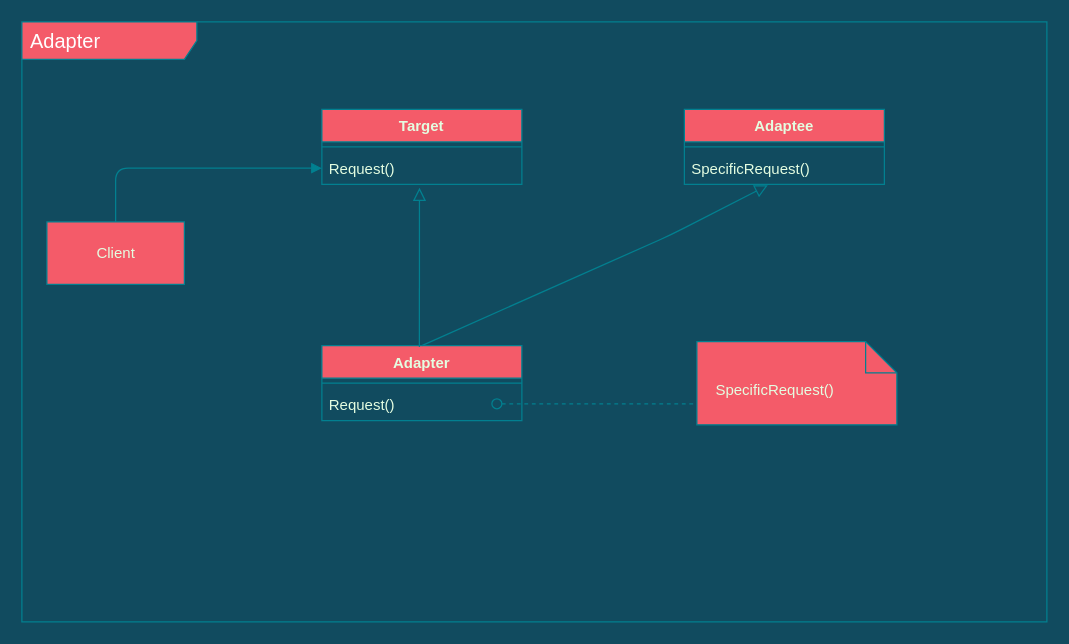
This is rhca.drawio from fanyixuanf/rhca, a draw.io file, before an edit. Source tidied: cells renumbered, new cells numbered last; positions are measured from the earlier drawing's top-left corner, leaving out a move shared by most shapes. Both pictures are drawn from the tidied source at 125%, with x=0, y=0 at pixel (21, 21).
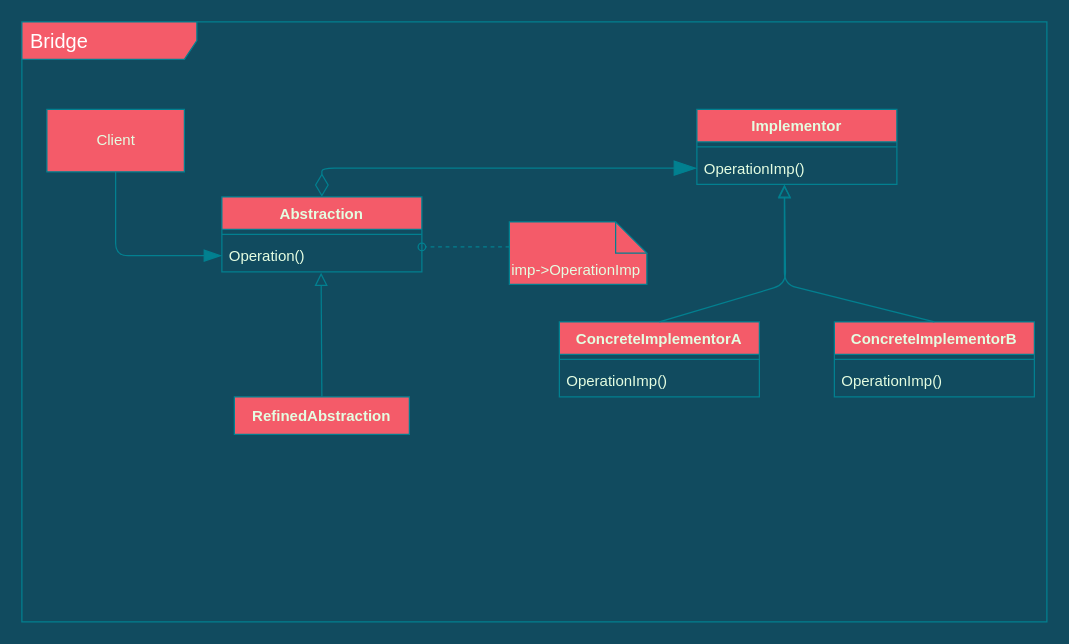
The same page after the edit.

What changed in the source:
```diff
@@
-    <mxCell id="2" value="&lt;span style=&quot;font-size: 16px&quot;&gt;&lt;font color=&quot;#ffffff&quot;&gt;Adapter&lt;/font&gt;&lt;/span&gt;" style="shape=umlFrame;whiteSpace=wrap;html=1;width=140;height=30;boundedLbl=1;verticalAlign=middle;align=left;spacingLeft=5;fillColor=#F45B69;strokeColor=#028090;fontColor=#E4FDE1;" parent="1" vertex="1">
+    <mxCell id="2" value="&lt;font color=&quot;#ffffff&quot;&gt;&lt;span style=&quot;font-size: 16px&quot;&gt;Bridge&lt;/span&gt;&lt;/font&gt;" style="shape=umlFrame;whiteSpace=wrap;html=1;width=140;height=30;boundedLbl=1;verticalAlign=middle;align=left;spacingLeft=5;fillColor=#F45B69;strokeColor=#028090;fontColor=#E4FDE1;" parent="1" vertex="1">
       <mxGeometry width="820" height="480" as="geometry" />
     </mxCell>
-    <mxCell id="3" value="&amp;nbsp; &amp;nbsp; SpecificRequest()" style="shape=note2;boundedLbl=1;whiteSpace=wrap;html=1;size=25;verticalAlign=top;align=left;rounded=0;sketch=0;fontColor=#E4FDE1;strokeColor=#028090;fillColor=#F45B69;" parent="1" vertex="1">
-      <mxGeometry x="540" y="255.8" width="160" height="66.5" as="geometry" />
-    </mxCell>
-    <mxCell id="4" value="Adapter" style="swimlane;fontStyle=1;align=center;verticalAlign=top;horizontal=1;startSize=26;fillColor=#F45B69;strokeColor=#028090;fontColor=#E4FDE1;" parent="1" vertex="1">
-      <mxGeometry x="240" y="259" width="160" height="60" as="geometry" />
+    <mxCell id="4" value="ConcreteImplementorA" style="swimlane;fontStyle=1;align=center;verticalAlign=top;horizontal=1;startSize=26;fillColor=#F45B69;strokeColor=#028090;fontColor=#E4FDE1;" parent="1" vertex="1">
+      <mxGeometry x="430" y="240" width="160" height="60" as="geometry" />
     </mxCell>
@@
-    <mxCell id="6" style="endArrow=none;startArrow=oval;endFill=0;startFill=0;html=1;verticalAlign=bottom;labelBackgroundColor=none;strokeWidth=1;startSize=8;endSize=8;rounded=1;sketch=0;fontColor=#E4FDE1;fillColor=#F45B69;curved=0;dashed=1;strokeColor=#028090;" parent="4" edge="1">
-      <mxGeometry relative="1" as="geometry">
-        <mxPoint x="140" y="46.5" as="sourcePoint" />
-        <mxPoint x="300" y="46.5" as="targetPoint" />
-      </mxGeometry>
-    </mxCell>
-    <mxCell id="7" value="Request()" style="text;strokeColor=none;fillColor=none;align=left;verticalAlign=top;spacingLeft=4;spacingRight=4;overflow=hidden;fontColor=#E4FDE1;" parent="4" vertex="1">
+    <mxCell id="7" value="OperationImp()" style="text;strokeColor=none;fillColor=none;align=left;verticalAlign=top;spacingLeft=4;spacingRight=4;overflow=hidden;fontColor=#E4FDE1;" parent="4" vertex="1">
       <mxGeometry y="34" width="160" height="26" as="geometry" />
     </mxCell>
-    <mxCell id="8" value="Adaptee" style="swimlane;fontStyle=1;align=center;verticalAlign=top;horizontal=1;startSize=26;fillColor=#F45B69;strokeColor=#028090;fontColor=#E4FDE1;" parent="1" vertex="1">
-      <mxGeometry x="530" y="70" width="160" height="60" as="geometry" />
-    </mxCell>
-    <mxCell id="9" style="line;strokeWidth=1;fillColor=none;align=left;verticalAlign=middle;spacingTop=-1;spacingLeft=3;spacingRight=3;labelPosition=right;strokeColor=#028090;fontColor=#E4FDE1;labelBackgroundColor=#114B5F;" parent="8" vertex="1">
-      <mxGeometry y="26" width="160" height="8" as="geometry" />
-    </mxCell>
-    <mxCell id="10" value="SpecificRequest()" style="text;strokeColor=none;fillColor=none;align=left;verticalAlign=top;spacingLeft=4;spacingRight=4;overflow=hidden;points=[[0,0.5],[1,0.5]];portConstraint=eastwest;fontColor=#E4FDE1;" parent="8" vertex="1">
-      <mxGeometry y="34" width="160" height="26" as="geometry" />
-    </mxCell>
-    <mxCell id="11" value="Target" style="swimlane;fontStyle=1;align=center;verticalAlign=top;horizontal=1;startSize=26;fillColor=#F45B69;strokeColor=#028090;fontColor=#E4FDE1;" parent="1" vertex="1">
-      <mxGeometry x="240" y="70" width="160" height="60" as="geometry" />
+    <mxCell id="11" value="Implementor" style="swimlane;fontStyle=1;align=center;verticalAlign=top;horizontal=1;startSize=26;fillColor=#F45B69;strokeColor=#028090;fontColor=#E4FDE1;" parent="1" vertex="1">
+      <mxGeometry x="540" y="70" width="160" height="60" as="geometry" />
     </mxCell>
@@
-    <mxCell id="13" value="Request()" style="text;strokeColor=none;fillColor=none;align=left;verticalAlign=top;spacingLeft=4;spacingRight=4;overflow=hidden;points=[[0,0.5],[1,0.5]];portConstraint=eastwest;fontColor=#E4FDE1;" parent="11" vertex="1">
+    <mxCell id="13" value="OperationImp()" style="text;strokeColor=none;fillColor=none;align=left;verticalAlign=top;spacingLeft=4;spacingRight=4;overflow=hidden;points=[[0,0.5],[1,0.5]];portConstraint=eastwest;fontColor=#E4FDE1;" parent="11" vertex="1">
       <mxGeometry y="34" width="160" height="26" as="geometry" />
     </mxCell>
     <mxCell id="14" value="Client" style="html=1;fillColor=#F45B69;strokeColor=#028090;fontColor=#E4FDE1;" parent="1" vertex="1">
-      <mxGeometry x="20" y="160" width="110" height="50" as="geometry" />
+      <mxGeometry x="20" y="70" width="110" height="50" as="geometry" />
     </mxCell>
-    <mxCell id="15" style="html=1;verticalAlign=bottom;labelBackgroundColor=none;endArrow=block;endFill=1;rounded=1;sketch=0;fontColor=#E4FDE1;strokeColor=#028090;fillColor=#F45B69;curved=0;exitX=0.5;exitY=0;exitDx=0;exitDy=0;entryX=0;entryY=0.5;entryDx=0;entryDy=0;" parent="1" edge="1" source="14" target="13">
-      <mxGeometry relative="1" as="geometry">
-        <Array as="points">
-          <mxPoint x="75" y="117" />
-        </Array>
-      </mxGeometry>
-    </mxCell>
-    <mxCell id="16" style="endArrow=block;startArrow=none;endFill=0;startFill=0;endSize=8;html=1;verticalAlign=bottom;labelBackgroundColor=none;rounded=1;sketch=0;fontColor=#E4FDE1;strokeColor=#028090;fillColor=#F45B69;curved=0;entryX=0.488;entryY=1.103;entryDx=0;entryDy=0;entryPerimeter=0;" parent="1" edge="1" target="13">
-      <mxGeometry relative="1" as="geometry">
-        <mxPoint x="318" y="260" as="sourcePoint" />
-      </mxGeometry>
-    </mxCell>
-    <mxCell id="17" style="endArrow=block;startArrow=none;endFill=0;startFill=0;endSize=8;html=1;verticalAlign=bottom;labelBackgroundColor=none;rounded=1;sketch=0;fontColor=#E4FDE1;strokeColor=#028090;fillColor=#F45B69;curved=0;entryX=0.417;entryY=1.026;entryDx=0;entryDy=0;entryPerimeter=0;exitX=0.5;exitY=0;exitDx=0;exitDy=0;" parent="1" edge="1" source="4" target="10">
-      <mxGeometry relative="1" as="geometry">
-        <Array as="points">
-          <mxPoint x="520" y="170" />
-        </Array>
-      </mxGeometry>
+    <mxCell id="17" value="ConcreteImplementorB" style="swimlane;fontStyle=1;align=center;verticalAlign=top;horizontal=1;startSize=26;fillColor=#F45B69;strokeColor=#028090;fontColor=#E4FDE1;" parent="1" vertex="1">
+      <mxGeometry x="650" y="240" width="160" height="60" as="geometry" />
     </mxCell>
+    <mxCell id="18" style="line;strokeWidth=1;fillColor=none;align=left;verticalAlign=middle;spacingTop=-1;spacingLeft=3;spacingRight=3;labelPosition=right;strokeColor=#028090;fontColor=#E4FDE1;labelBackgroundColor=#114B5F;" parent="17" vertex="1">
+      <mxGeometry y="26" width="160" height="8" as="geometry" />
+    </mxCell>
+    <mxCell id="19" value="OperationImp()" style="text;strokeColor=none;fillColor=none;align=left;verticalAlign=top;spacingLeft=4;spacingRight=4;overflow=hidden;fontColor=#E4FDE1;" parent="17" vertex="1">
+      <mxGeometry y="34" width="160" height="26" as="geometry" />
+    </mxCell>
+    <mxCell id="20" value="Abstraction" style="swimlane;fontStyle=1;align=center;verticalAlign=top;horizontal=1;startSize=26;fillColor=#F45B69;strokeColor=#028090;fontColor=#E4FDE1;" parent="1" vertex="1">
+      <mxGeometry x="160" y="140" width="160" height="60" as="geometry" />
+    </mxCell>
+    <mxCell id="21" style="line;strokeWidth=1;fillColor=none;align=left;verticalAlign=middle;spacingTop=-1;spacingLeft=3;spacingRight=3;labelPosition=right;strokeColor=#028090;fontColor=#E4FDE1;labelBackgroundColor=#114B5F;" parent="20" vertex="1">
+      <mxGeometry y="26" width="160" height="8" as="geometry" />
+    </mxCell>
+    <mxCell id="22" value="Operation()" style="text;strokeColor=none;fillColor=none;align=left;verticalAlign=top;spacingLeft=4;spacingRight=4;overflow=hidden;points=[[0,0.5],[1,0.5]];portConstraint=eastwest;fontColor=#E4FDE1;" parent="20" vertex="1">
+      <mxGeometry y="34" width="160" height="26" as="geometry" />
+    </mxCell>
+    <mxCell id="23" value="RefinedAbstraction" style="fontStyle=1;fillColor=#F45B69;strokeColor=#028090;fontColor=#E4FDE1;" parent="1" vertex="1">
+      <mxGeometry x="170" y="300" width="140" height="30" as="geometry" />
+    </mxCell>
+    <mxCell id="24" style="endArrow=block;startArrow=none;endFill=0;startFill=0;endSize=8;html=1;verticalAlign=bottom;labelBackgroundColor=none;rounded=1;sketch=0;fontColor=#E4FDE1;strokeColor=#028090;fillColor=#F45B69;curved=0;exitX=0.5;exitY=0;exitDx=0;exitDy=0;entryX=0.438;entryY=1.026;entryDx=0;entryDy=0;entryPerimeter=0;" parent="1" edge="1" source="4" target="13">
+      <mxGeometry relative="1" as="geometry">
+        <Array as="points">
+          <mxPoint x="611" y="210" />
+        </Array>
+      </mxGeometry>
+    </mxCell>
+    <mxCell id="25" style="endArrow=block;startArrow=none;endFill=0;startFill=0;endSize=8;html=1;verticalAlign=bottom;labelBackgroundColor=none;rounded=1;sketch=0;fontColor=#E4FDE1;strokeColor=#028090;fillColor=#F45B69;curved=0;exitX=0.5;exitY=0;exitDx=0;exitDy=0;" parent="1" edge="1" source="17">
+      <mxGeometry relative="1" as="geometry">
+        <mxPoint x="610" y="130" as="targetPoint" />
+        <Array as="points">
+          <mxPoint x="610" y="210" />
+        </Array>
+      </mxGeometry>
+    </mxCell>
+    <mxCell id="26" value="imp-&amp;gt;OperationImp" style="shape=note2;boundedLbl=1;whiteSpace=wrap;html=1;size=25;verticalAlign=top;align=left;rounded=0;sketch=0;fontColor=#E4FDE1;strokeColor=#028090;fillColor=#F45B69;" parent="1" vertex="1">
+      <mxGeometry x="390" y="160" width="110" height="50" as="geometry" />
+    </mxCell>
+    <mxCell id="27" style="endArrow=block;startArrow=none;endFill=0;startFill=0;endSize=8;html=1;verticalAlign=bottom;labelBackgroundColor=none;rounded=1;sketch=0;fontColor=#E4FDE1;strokeColor=#028090;fillColor=#F45B69;curved=0;exitX=0.5;exitY=0;exitDx=0;exitDy=0;entryX=0.496;entryY=1.026;entryDx=0;entryDy=0;entryPerimeter=0;" parent="1" edge="1" source="23" target="22">
+      <mxGeometry relative="1" as="geometry" />
+    </mxCell>
+    <mxCell id="28" style="html=1;verticalAlign=bottom;labelBackgroundColor=none;endArrow=oval;endFill=0;dashed=1;rounded=1;sketch=0;fontColor=#E4FDE1;strokeColor=#028090;fillColor=#F45B69;curved=0;" parent="1" edge="1">
+      <mxGeometry relative="1" as="geometry">
+        <mxPoint x="390" y="180" as="sourcePoint" />
+        <mxPoint x="320" y="180" as="targetPoint" />
+      </mxGeometry>
+    </mxCell>
+    <mxCell id="29" style="endArrow=blockThin;startArrow=diamondThin;endFill=1;startFill=0;html=1;rounded=1;sketch=0;fontColor=#E4FDE1;strokeColor=#028090;fillColor=#F45B69;curved=0;endSize=16;startSize=16;exitX=0.5;exitY=0;exitDx=0;exitDy=0;entryX=0;entryY=0.5;entryDx=0;entryDy=0;" parent="1" edge="1" source="20" target="13">
+      <mxGeometry relative="1" as="geometry">
+        <Array as="points">
+          <mxPoint x="240" y="117" />
+        </Array>
+      </mxGeometry>
+    </mxCell>
+    <mxCell id="30" style="endArrow=blockThin;endFill=1;endSize=12;html=1;rounded=1;sketch=0;fontColor=#E4FDE1;strokeColor=#028090;fillColor=#F45B69;curved=0;exitX=0.5;exitY=1;exitDx=0;exitDy=0;entryX=0;entryY=0.5;entryDx=0;entryDy=0;" parent="1" edge="1" source="14" target="22">
+      <mxGeometry relative="1" as="geometry">
+        <Array as="points">
+          <mxPoint x="75" y="187" />
+        </Array>
+      </mxGeometry>
+    </mxCell>
```
